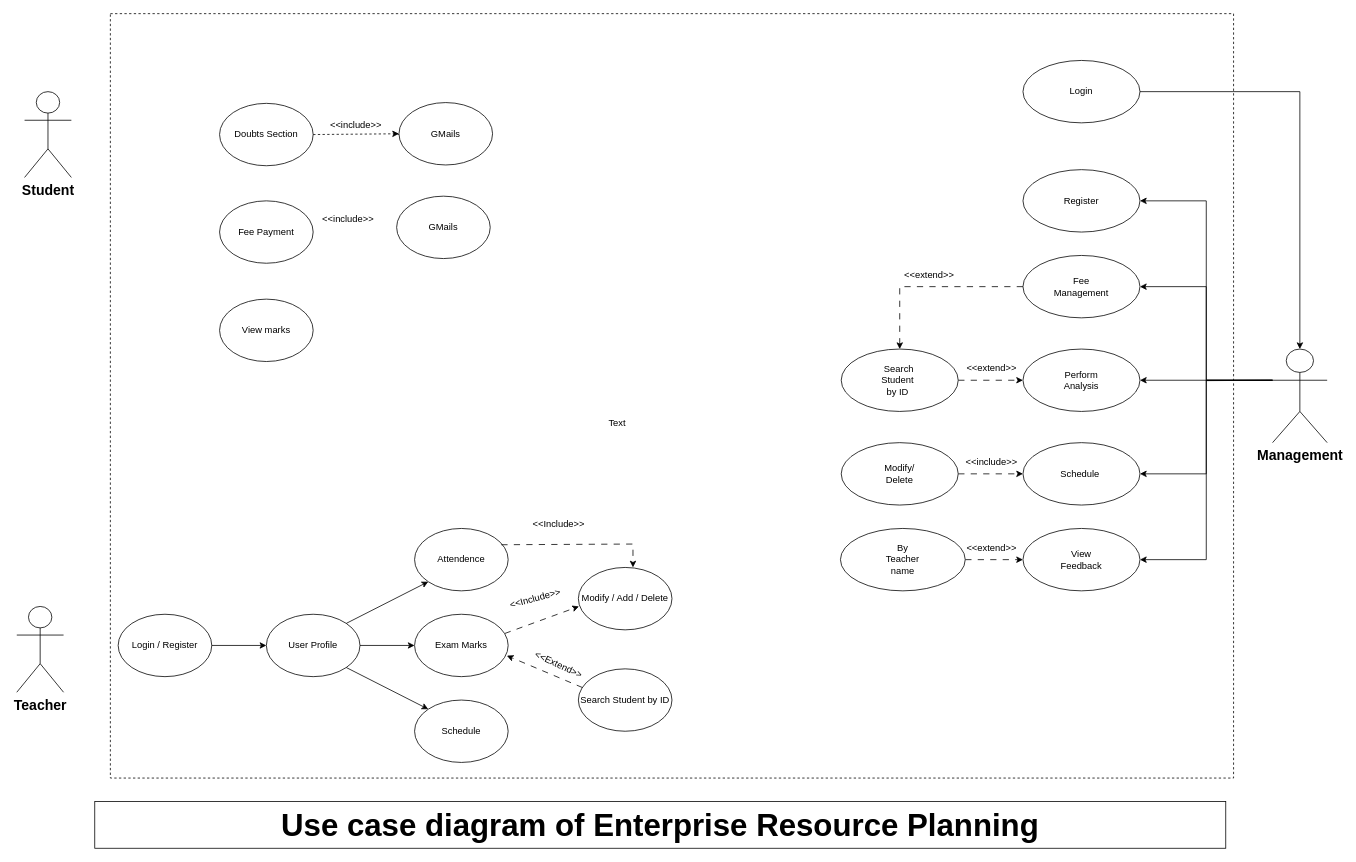
Before: Untitled Diagram.drawio in Sumanth-Siddareddy/Enterprise-Resource-Planning, a draw.io diagram. Source tidied: cells renumbered, new cells numbered last; positions are measured from the earlier drawing's top-left corner, leaving out a move shared by most shapes. Both pictures are drawn from the tidied source at 78%, with x=0, y=0 at pixel (16, 13).
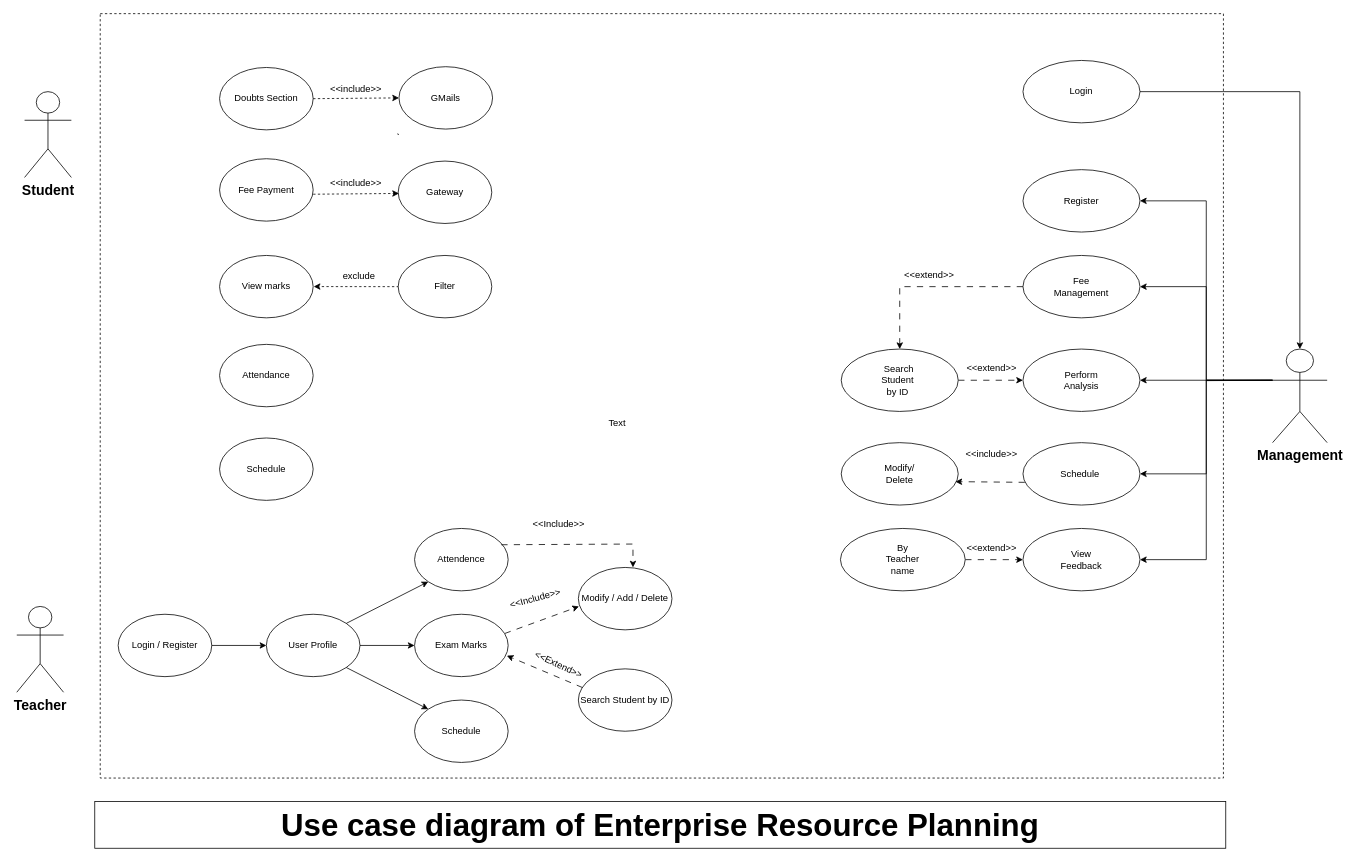
After the change.

Unchanged cells that the change refers to:
```xml
<mxCell id="23" style="ellipse;whiteSpace=wrap;html=1;" parent="1" vertex="1">
  <mxGeometry x="1290" y="550" width="150" height="80" as="geometry" />
</mxCell>
<mxCell id="52" style="ellipse;whiteSpace=wrap;html=1;" parent="1" vertex="1">
  <mxGeometry x="1057" y="550" width="150" height="80" as="geometry" />
</mxCell>
```

Diff of the diagram source:
```diff
@@
     <mxCell id="2" style="rounded=0;whiteSpace=wrap;html=1;dashed=1;" parent="1" vertex="1">
-      <mxGeometry x="120" width="1440" height="980" as="geometry" />
+      <mxGeometry x="107" width="1440" height="980" as="geometry" />
     </mxCell>
@@
     <mxCell id="13" value="Doubts Section" style="ellipse;whiteSpace=wrap;html=1;" parent="1" vertex="1">
-      <mxGeometry x="260" y="115" width="120" height="80" as="geometry" />
+      <mxGeometry x="260" y="69" width="120" height="80" as="geometry" />
     </mxCell>
@@
     <mxCell id="18" value="Fee Payment" style="ellipse;whiteSpace=wrap;html=1;" parent="1" vertex="1">
-      <mxGeometry x="260" y="240" width="120" height="80" as="geometry" />
+      <mxGeometry x="260" y="186" width="120" height="80" as="geometry" />
     </mxCell>
@@
     <mxCell id="21" value="View marks" style="ellipse;whiteSpace=wrap;html=1;" parent="1" vertex="1">
-      <mxGeometry x="260" y="366" width="120" height="80" as="geometry" />
+      <mxGeometry x="260" y="310" width="120" height="80" as="geometry" />
     </mxCell>
@@
     <mxCell id="37" value="&amp;lt;&amp;lt;include&amp;gt;&amp;gt;" style="text;html=1;align=center;verticalAlign=middle;whiteSpace=wrap;rounded=0;" parent="1" vertex="1">
-      <mxGeometry x="390" y="124" width="90" height="37" as="geometry" />
+      <mxGeometry x="390" y="78" width="90" height="37" as="geometry" />
     </mxCell>
     <mxCell id="38" value="GMails" style="ellipse;whiteSpace=wrap;html=1;" parent="1" vertex="1">
-      <mxGeometry x="490" y="114" width="120" height="80" as="geometry" />
+      <mxGeometry x="490" y="68" width="120" height="80" as="geometry" />
     </mxCell>
@@
     <mxCell id="40" value="&amp;lt;&amp;lt;include&amp;gt;&amp;gt;" style="text;html=1;align=center;verticalAlign=middle;whiteSpace=wrap;rounded=0;" parent="1" vertex="1">
-      <mxGeometry x="380" y="244" width="90" height="37" as="geometry" />
+      <mxGeometry x="390" y="198" width="90" height="37" as="geometry" />
     </mxCell>
-    <mxCell id="41" value="GMails" style="ellipse;whiteSpace=wrap;html=1;" parent="1" vertex="1">
-      <mxGeometry x="487" y="234" width="120" height="80" as="geometry" />
+    <mxCell id="41" value="Gateway" style="ellipse;whiteSpace=wrap;html=1;" parent="1" vertex="1">
+      <mxGeometry x="489" y="189" width="120" height="80" as="geometry" />
     </mxCell>
@@
-    <mxCell id="51" style="edgeStyle=orthogonalEdgeStyle;rounded=0;jettySize=auto;html=1;exitX=1;exitY=0.5;exitDx=0;exitDy=0;entryX=0;entryY=0.5;entryDx=0;entryDy=0;dashed=1;dashPattern=8 8;" parent="1" edge="1" source="52" target="23">
-      <mxGeometry relative="1" as="geometry" />
-    </mxCell>
@@
     <mxCell id="60" value="&amp;lt;&amp;lt;include&amp;gt;&amp;gt;" style="text;html=1;align=center;verticalAlign=middle;whiteSpace=wrap;rounded=0;" parent="1" vertex="1">
-      <mxGeometry x="1220" y="560" width="60" height="30" as="geometry" />
+      <mxGeometry x="1220" y="550" width="60" height="30" as="geometry" />
     </mxCell>
@@
+    <mxCell id="67" style="endArrow=classic;html=1;rounded=0;entryX=0;entryY=0.5;entryDx=0;entryDy=0;exitX=1;exitY=0.5;exitDx=0;exitDy=0;dashed=1;" parent="1" edge="1">
+      <mxGeometry relative="1" as="geometry">
+        <mxPoint x="380" y="231.5" as="sourcePoint" />
+        <mxPoint x="490" y="230.5" as="targetPoint" />
+      </mxGeometry>
+    </mxCell>
@@
+    <mxCell id="68" value="Schedule" style="ellipse;whiteSpace=wrap;html=1;" parent="1" vertex="1">
+      <mxGeometry x="260" y="544" width="120" height="80" as="geometry" />
+    </mxCell>
@@
+    <mxCell id="69" value="Attendance" style="ellipse;whiteSpace=wrap;html=1;" parent="1" vertex="1">
+      <mxGeometry x="260" y="424" width="120" height="80" as="geometry" />
+    </mxCell>
@@
+    <mxCell id="70" style="endArrow=classic;html=1;rounded=0;dashed=1;entryX=0.188;entryY=0.357;entryDx=0;entryDy=0;entryPerimeter=0;" parent="1" edge="1">
+      <mxGeometry relative="1" as="geometry">
+        <mxPoint x="490" y="350" as="sourcePoint" />
+        <mxPoint x="380.7" y="349.9" as="targetPoint" />
+      </mxGeometry>
+    </mxCell>
@@
+    <mxCell id="71" value="Filter" style="ellipse;whiteSpace=wrap;html=1;" parent="1" vertex="1">
+      <mxGeometry x="489" y="310" width="120" height="80" as="geometry" />
+    </mxCell>
@@
+    <mxCell id="72" value="exclude" style="text;html=1;align=center;verticalAlign=middle;whiteSpace=wrap;rounded=0;" parent="1" vertex="1">
+      <mxGeometry x="394" y="318" width="90" height="37" as="geometry" />
+    </mxCell>
+    <mxCell id="73" style="endArrow=classic;html=1;rounded=0;entryX=0.976;entryY=0.625;entryDx=0;entryDy=0;entryPerimeter=0;exitX=0.016;exitY=0.636;exitDx=0;exitDy=0;exitPerimeter=0;dashed=1;dashPattern=8 8;" parent="1" edge="1" source="23" target="52">
+      <mxGeometry relative="1" as="geometry" />
+    </mxCell>
```
